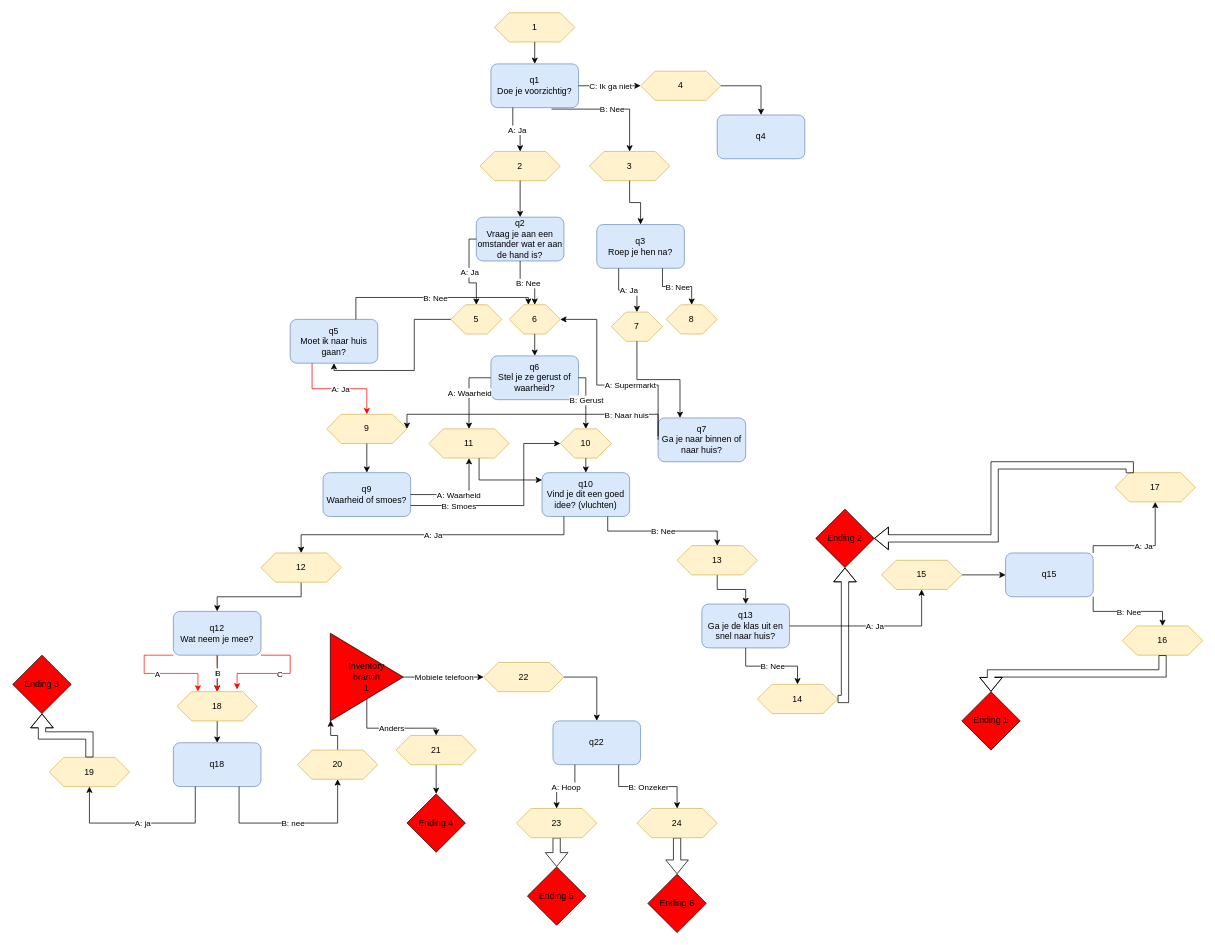
pinkflamey/HelloYou keeps this draw.io diagram as flowchart.drawio. Above is the earlier version. Source tidied: cells renumbered, new cells numbered last; positions are measured from the earlier drawing's top-left corner, leaving out a move shared by most shapes. Both pictures are drawn from the tidied source at 73%, with x=0, y=0 at pixel (12, 12).
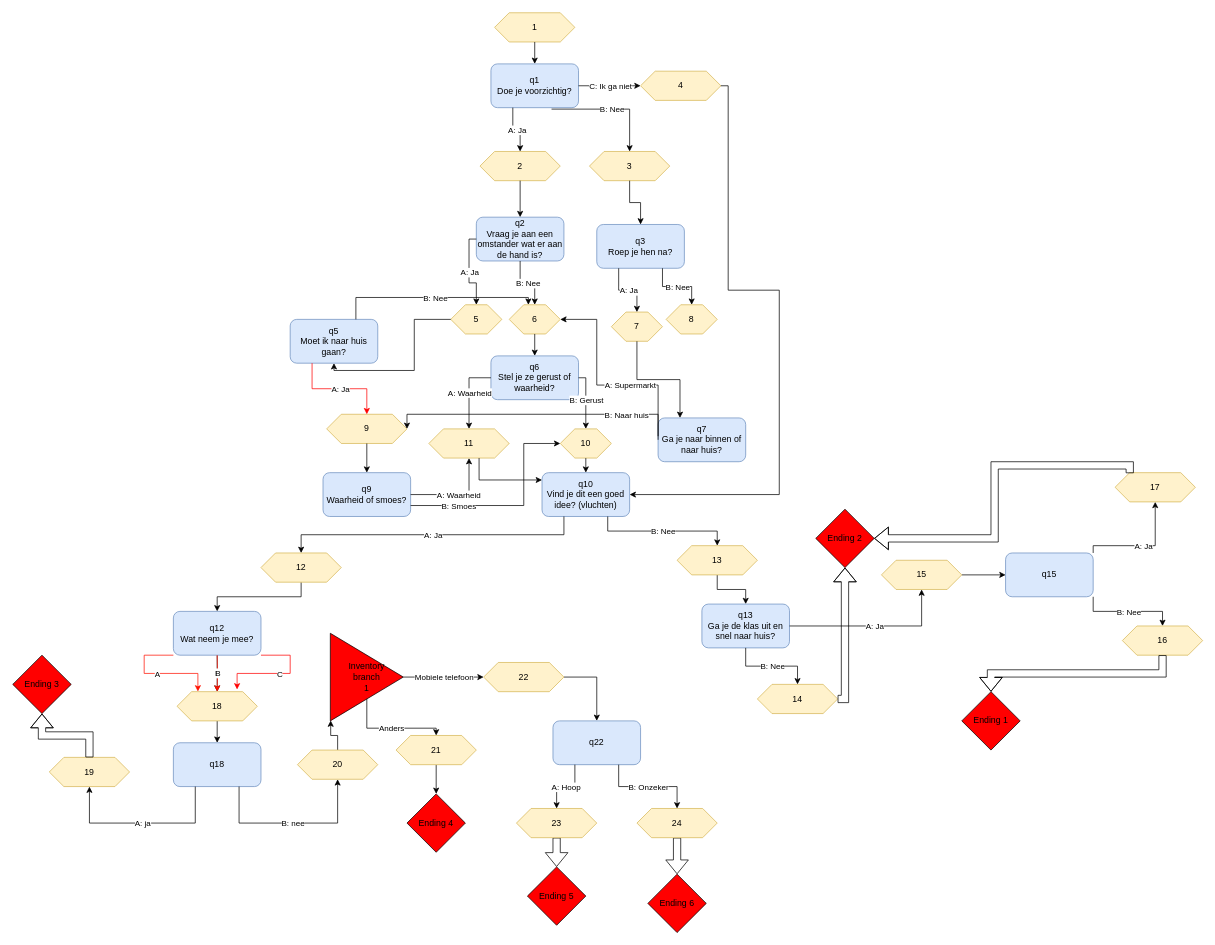
The same page after the edit.

Unchanged cells that the change refers to:
```xml
<mxCell id="6" value="4" style="shape=hexagon;perimeter=hexagonPerimeter2;whiteSpace=wrap;html=1;fixedSize=1;fillColor=#fff2cc;strokeColor=#d6b656;" parent="1" vertex="1">
  <mxGeometry x="860" y="80" width="110" height="40" as="geometry" />
</mxCell>
<mxCell id="49" value="q10&lt;br&gt;Vind je dit een goed idee? (vluchten)" style="rounded=1;whiteSpace=wrap;html=1;fillColor=#dae8fc;strokeColor=#6c8ebf;" parent="1" vertex="1">
  <mxGeometry x="725" y="630" width="120" height="60" as="geometry" />
</mxCell>
```

The edit, as a diff of the source:
```diff
@@
-    <mxCell id="91" value="q4" style="rounded=1;whiteSpace=wrap;html=1;fillColor=#dae8fc;strokeColor=#6c8ebf;" parent="1" vertex="1">
-      <mxGeometry x="965" y="140" width="120" height="60" as="geometry" />
-    </mxCell>
-    <mxCell id="92" style="endArrow=classic;html=1;rounded=0;strokeColor=#000000;fillColor=#FF1717;edgeStyle=orthogonalEdgeStyle;exitX=1;exitY=0.5;exitDx=0;exitDy=0;entryX=0.5;entryY=0;entryDx=0;entryDy=0;" parent="1" edge="1" source="6" target="91">
-      <mxGeometry relative="1" as="geometry" />
+    <mxCell id="92" style="endArrow=classic;html=1;rounded=0;strokeColor=#000000;fillColor=#FF1717;edgeStyle=orthogonalEdgeStyle;exitX=1;exitY=0.5;exitDx=0;exitDy=0;entryX=1;entryY=0.5;entryDx=0;entryDy=0;" parent="1" edge="1" source="6" target="49">
+      <mxGeometry relative="1" as="geometry">
+        <Array as="points">
+          <mxPoint x="980" y="100" />
+          <mxPoint x="980" y="380" />
+          <mxPoint x="1050" y="380" />
+          <mxPoint x="1050" y="660" />
+        </Array>
+      </mxGeometry>
     </mxCell>
```
